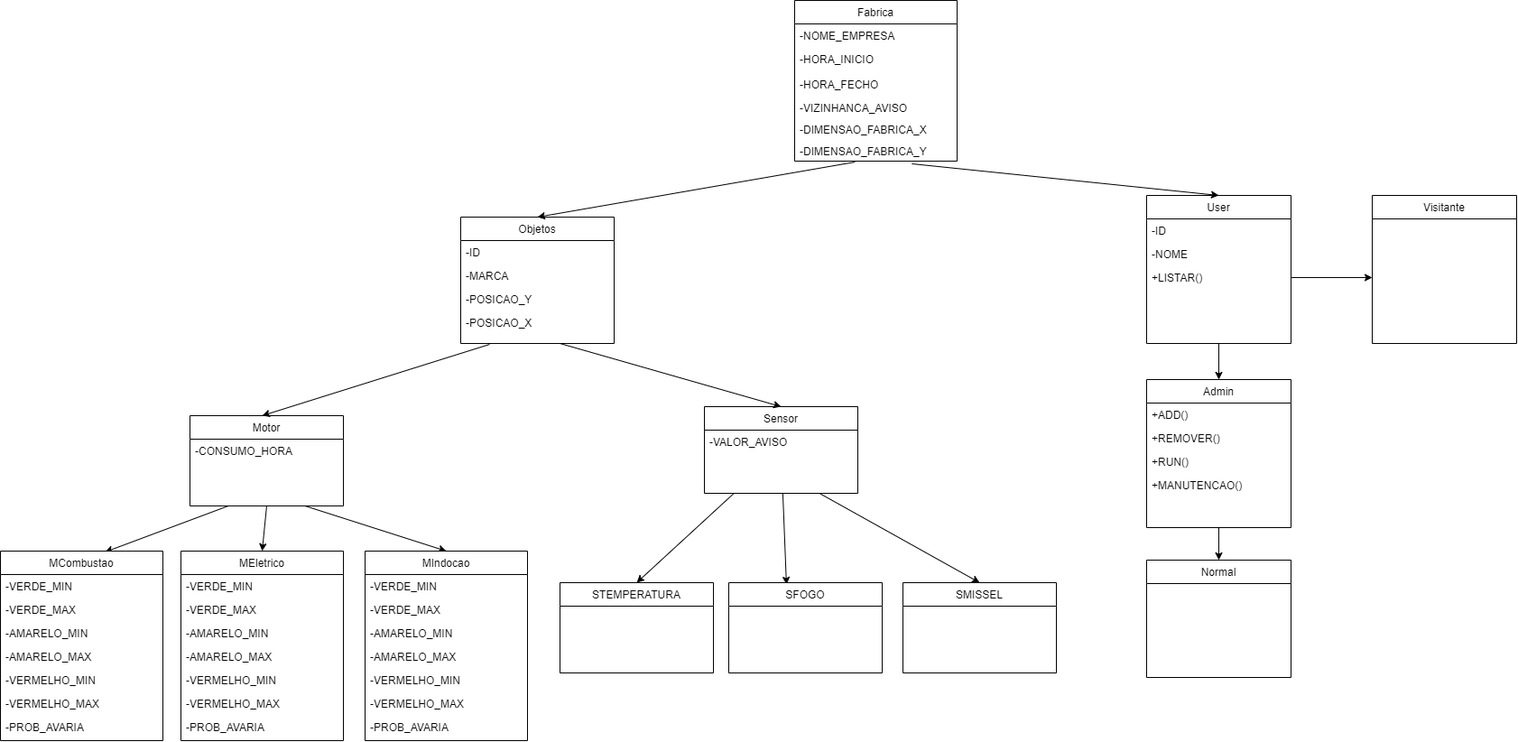
Above: GestaoFabrica.drawio.png in Fiteira/Projeto-POO (draw.io), before the change. Source tidied: cells renumbered, new cells last; positions are measured from the earlier drawing's top-left corner, leaving out a move shared by most shapes.
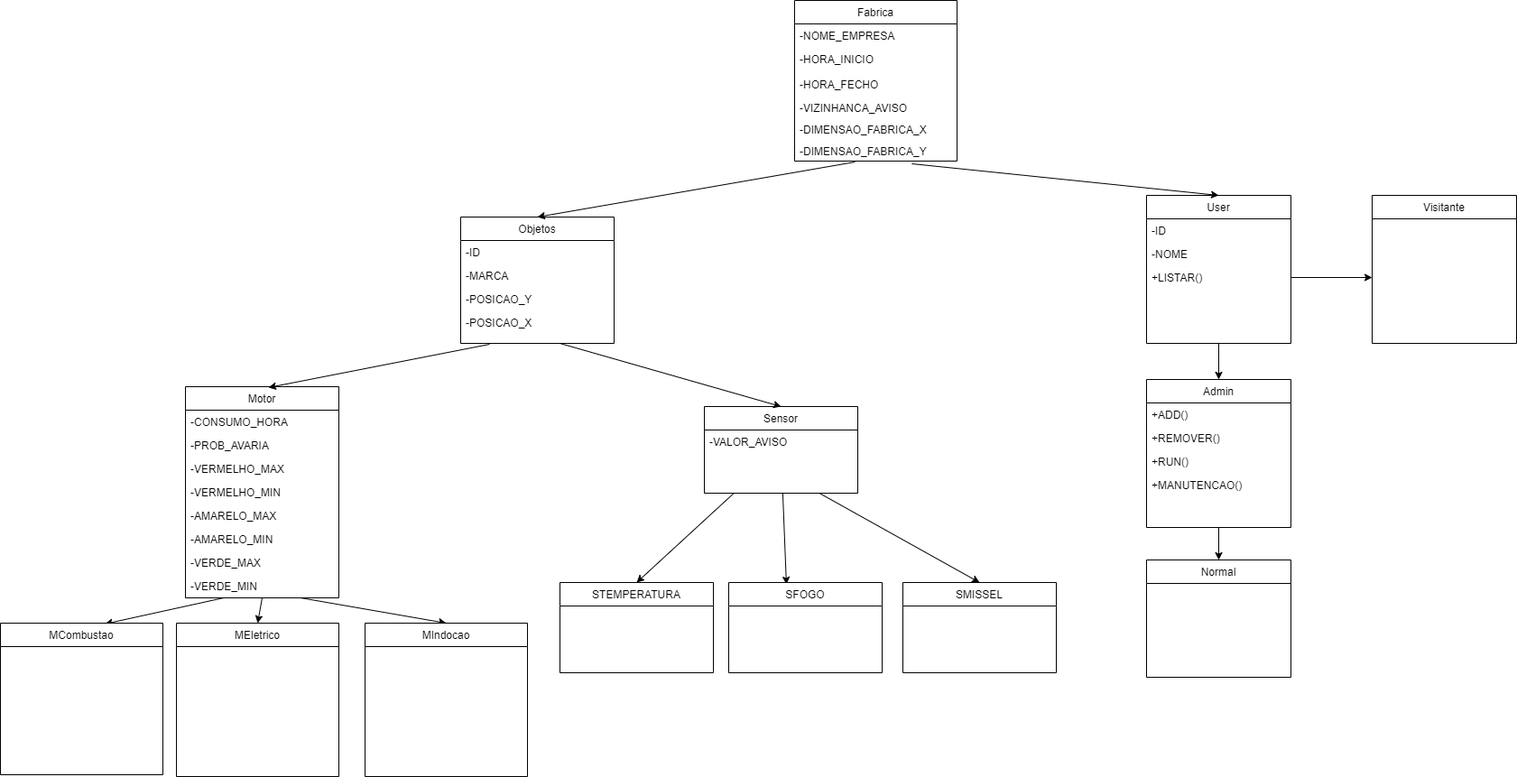
Above is the later version.

The edit, as a diff of the source:
```diff
@@ -33,11 +33,32 @@
       <mxGeometry relative="1" as="geometry" />
     </mxCell>
     <mxCell id="12" value="Motor" style="swimlane;fontStyle=0;align=center;verticalAlign=top;horizontal=1;startSize=26;rounded=0;shadow=0;strokeWidth=1;" parent="1" vertex="1">
-      <mxGeometry x="210" y="460" width="170" height="100" as="geometry" />
+      <mxGeometry x="205" y="428" width="170" height="234" as="geometry" />
     </mxCell>
     <mxCell id="13" value="-CONSUMO_HORA" style="text;align=left;verticalAlign=top;spacingLeft=4;spacingRight=4;overflow=hidden;rounded=0;" parent="12" vertex="1">
       <mxGeometry y="26" width="170" height="26" as="geometry" />
     </mxCell>
+    <mxCell id="69" value="-PROB_AVARIA" style="text;align=left;verticalAlign=top;spacingLeft=4;spacingRight=4;overflow=hidden;rounded=0;" parent="12" vertex="1">
+      <mxGeometry y="52" width="170" height="26" as="geometry" />
+    </mxCell>
+    <mxCell id="70" value="-VERMELHO_MAX" style="text;align=left;verticalAlign=top;spacingLeft=4;spacingRight=4;overflow=hidden;rounded=0;" parent="12" vertex="1">
+      <mxGeometry y="78" width="170" height="26" as="geometry" />
+    </mxCell>
+    <mxCell id="71" value="-VERMELHO_MIN" style="text;align=left;verticalAlign=top;spacingLeft=4;spacingRight=4;overflow=hidden;rounded=0;" parent="12" vertex="1">
+      <mxGeometry y="104" width="170" height="26" as="geometry" />
+    </mxCell>
+    <mxCell id="72" value="-AMARELO_MAX" style="text;align=left;verticalAlign=top;spacingLeft=4;spacingRight=4;overflow=hidden;rounded=0;" parent="12" vertex="1">
+      <mxGeometry y="130" width="170" height="26" as="geometry" />
+    </mxCell>
+    <mxCell id="73" value="-AMARELO_MIN" style="text;align=left;verticalAlign=top;spacingLeft=4;spacingRight=4;overflow=hidden;rounded=0;" parent="12" vertex="1">
+      <mxGeometry y="156" width="170" height="26" as="geometry" />
+    </mxCell>
+    <mxCell id="74" value="-VERDE_MAX" style="text;align=left;verticalAlign=top;spacingLeft=4;spacingRight=4;overflow=hidden;rounded=0;" parent="12" vertex="1">
+      <mxGeometry y="182" width="170" height="26" as="geometry" />
+    </mxCell>
+    <mxCell id="75" value="-VERDE_MIN" style="text;align=left;verticalAlign=top;spacingLeft=4;spacingRight=4;overflow=hidden;rounded=0;" parent="12" vertex="1">
+      <mxGeometry y="208" width="170" height="26" as="geometry" />
+    </mxCell>
     <mxCell id="14" style="edgeStyle=none;rounded=0;jettySize=auto;html=1;entryX=0.5;entryY=0;entryDx=0;entryDy=0;" parent="1" edge="1" source="17" target="50">
       <mxGeometry relative="1" as="geometry" />
     </mxCell>
@@ -74,77 +95,14 @@
       <mxGeometry y="78" width="160" height="26" as="geometry" />
     </mxCell>
     <mxCell id="25" value="MCombustao" style="swimlane;fontStyle=0;align=center;verticalAlign=top;horizontal=1;startSize=26;rounded=0;shadow=0;strokeWidth=1;" parent="1" vertex="1">
-      <mxGeometry y="610" width="180" height="210" as="geometry" />
+      <mxGeometry y="690" width="180" height="168" as="geometry" />
     </mxCell>
-    <mxCell id="26" value="-VERDE_MIN" style="text;align=left;verticalAlign=top;spacingLeft=4;spacingRight=4;overflow=hidden;rounded=0;" parent="25" vertex="1">
-      <mxGeometry y="26" width="180" height="26" as="geometry" />
-    </mxCell>
-    <mxCell id="27" value="-VERDE_MAX" style="text;align=left;verticalAlign=top;spacingLeft=4;spacingRight=4;overflow=hidden;rounded=0;" parent="25" vertex="1">
-      <mxGeometry y="52" width="180" height="26" as="geometry" />
-    </mxCell>
-    <mxCell id="28" value="-AMARELO_MIN" style="text;align=left;verticalAlign=top;spacingLeft=4;spacingRight=4;overflow=hidden;rounded=0;" parent="25" vertex="1">
-      <mxGeometry y="78" width="180" height="26" as="geometry" />
-    </mxCell>
-    <mxCell id="29" value="-AMARELO_MAX" style="text;align=left;verticalAlign=top;spacingLeft=4;spacingRight=4;overflow=hidden;rounded=0;" parent="25" vertex="1">
-      <mxGeometry y="104" width="180" height="26" as="geometry" />
-    </mxCell>
-    <mxCell id="30" value="-VERMELHO_MIN" style="text;align=left;verticalAlign=top;spacingLeft=4;spacingRight=4;overflow=hidden;rounded=0;" parent="25" vertex="1">
-      <mxGeometry y="130" width="180" height="26" as="geometry" />
-    </mxCell>
-    <mxCell id="31" value="-VERMELHO_MAX" style="text;align=left;verticalAlign=top;spacingLeft=4;spacingRight=4;overflow=hidden;rounded=0;" parent="25" vertex="1">
-      <mxGeometry y="156" width="180" height="26" as="geometry" />
-    </mxCell>
-    <mxCell id="32" value="-PROB_AVARIA" style="text;align=left;verticalAlign=top;spacingLeft=4;spacingRight=4;overflow=hidden;rounded=0;" parent="25" vertex="1">
-      <mxGeometry y="182" width="180" height="26" as="geometry" />
-    </mxCell>
     <mxCell id="33" value="MEletrico" style="swimlane;fontStyle=0;align=center;verticalAlign=top;horizontal=1;startSize=26;rounded=0;shadow=0;strokeWidth=1;" parent="1" vertex="1">
-      <mxGeometry x="200" y="610" width="180" height="210" as="geometry" />
+      <mxGeometry x="195" y="690" width="180" height="170" as="geometry" />
     </mxCell>
-    <mxCell id="34" value="-VERDE_MIN" style="text;align=left;verticalAlign=top;spacingLeft=4;spacingRight=4;overflow=hidden;rounded=0;" parent="33" vertex="1">
-      <mxGeometry y="26" width="180" height="26" as="geometry" />
-    </mxCell>
-    <mxCell id="35" value="-VERDE_MAX" style="text;align=left;verticalAlign=top;spacingLeft=4;spacingRight=4;overflow=hidden;rounded=0;" parent="33" vertex="1">
-      <mxGeometry y="52" width="180" height="26" as="geometry" />
-    </mxCell>
-    <mxCell id="36" value="-AMARELO_MIN" style="text;align=left;verticalAlign=top;spacingLeft=4;spacingRight=4;overflow=hidden;rounded=0;" parent="33" vertex="1">
-      <mxGeometry y="78" width="180" height="26" as="geometry" />
-    </mxCell>
-    <mxCell id="37" value="-AMARELO_MAX" style="text;align=left;verticalAlign=top;spacingLeft=4;spacingRight=4;overflow=hidden;rounded=0;" parent="33" vertex="1">
-      <mxGeometry y="104" width="180" height="26" as="geometry" />
-    </mxCell>
-    <mxCell id="38" value="-VERMELHO_MIN" style="text;align=left;verticalAlign=top;spacingLeft=4;spacingRight=4;overflow=hidden;rounded=0;" parent="33" vertex="1">
-      <mxGeometry y="130" width="180" height="26" as="geometry" />
-    </mxCell>
-    <mxCell id="39" value="-VERMELHO_MAX" style="text;align=left;verticalAlign=top;spacingLeft=4;spacingRight=4;overflow=hidden;rounded=0;" parent="33" vertex="1">
-      <mxGeometry y="156" width="180" height="26" as="geometry" />
-    </mxCell>
-    <mxCell id="40" value="-PROB_AVARIA" style="text;align=left;verticalAlign=top;spacingLeft=4;spacingRight=4;overflow=hidden;rounded=0;" parent="33" vertex="1">
-      <mxGeometry y="182" width="180" height="26" as="geometry" />
-    </mxCell>
     <mxCell id="41" value="MIndocao" style="swimlane;fontStyle=0;align=center;verticalAlign=top;horizontal=1;startSize=26;rounded=0;shadow=0;strokeWidth=1;" parent="1" vertex="1">
-      <mxGeometry x="404" y="610" width="180" height="210" as="geometry" />
+      <mxGeometry x="404" y="690" width="180" height="170" as="geometry" />
     </mxCell>
-    <mxCell id="42" value="-VERDE_MIN" style="text;align=left;verticalAlign=top;spacingLeft=4;spacingRight=4;overflow=hidden;rounded=0;" parent="41" vertex="1">
-      <mxGeometry y="26" width="180" height="26" as="geometry" />
-    </mxCell>
-    <mxCell id="43" value="-VERDE_MAX" style="text;align=left;verticalAlign=top;spacingLeft=4;spacingRight=4;overflow=hidden;rounded=0;" parent="41" vertex="1">
-      <mxGeometry y="52" width="180" height="26" as="geometry" />
-    </mxCell>
-    <mxCell id="44" value="-AMARELO_MIN" style="text;align=left;verticalAlign=top;spacingLeft=4;spacingRight=4;overflow=hidden;rounded=0;" parent="41" vertex="1">
-      <mxGeometry y="78" width="180" height="26" as="geometry" />
-    </mxCell>
-    <mxCell id="45" value="-AMARELO_MAX" style="text;align=left;verticalAlign=top;spacingLeft=4;spacingRight=4;overflow=hidden;rounded=0;" parent="41" vertex="1">
-      <mxGeometry y="104" width="180" height="26" as="geometry" />
-    </mxCell>
-    <mxCell id="46" value="-VERMELHO_MIN" style="text;align=left;verticalAlign=top;spacingLeft=4;spacingRight=4;overflow=hidden;rounded=0;" parent="41" vertex="1">
-      <mxGeometry y="130" width="180" height="26" as="geometry" />
-    </mxCell>
-    <mxCell id="47" value="-VERMELHO_MAX" style="text;align=left;verticalAlign=top;spacingLeft=4;spacingRight=4;overflow=hidden;rounded=0;" parent="41" vertex="1">
-      <mxGeometry y="156" width="180" height="26" as="geometry" />
-    </mxCell>
-    <mxCell id="48" value="-PROB_AVARIA" style="text;align=left;verticalAlign=top;spacingLeft=4;spacingRight=4;overflow=hidden;rounded=0;" parent="41" vertex="1">
-      <mxGeometry y="182" width="180" height="26" as="geometry" />
-    </mxCell>
     <mxCell id="49" style="edgeStyle=none;rounded=0;jettySize=auto;html=1;exitX=0.722;exitY=1.125;exitDx=0;exitDy=0;entryX=0.5;entryY=0;entryDx=0;entryDy=0;exitPerimeter=0;" parent="1" edge="1" source="8" target="21">
       <mxGeometry relative="1" as="geometry" />
     </mxCell>
@@ -199,10 +157,9 @@
     <mxCell id="66" style="endArrow=classic;html=1;rounded=0;entryX=0.5;entryY=0;entryDx=0;entryDy=0;exitX=0.372;exitY=1.042;exitDx=0;exitDy=0;exitPerimeter=0;" parent="1" edge="1" source="8" target="61">
       <mxGeometry relative="1" as="geometry" />
     </mxCell>
-    <mxCell id="67" style="endArrow=classic;html=1;rounded=0;entryX=0.5;entryY=0;entryDx=0;entryDy=0;exitX=0.372;exitY=1.042;exitDx=0;exitDy=0;exitPerimeter=0;" parent="1" edge="1">
+    <mxCell id="67" style="endArrow=classic;html=1;rounded=0;entryX=0.541;entryY=0.004;entryDx=0;entryDy=0;exitX=0.372;exitY=1.042;exitDx=0;exitDy=0;exitPerimeter=0;entryPerimeter=0;" parent="1" edge="1" target="12">
       <mxGeometry relative="1" as="geometry">
         <mxPoint x="542" y="381" as="sourcePoint" />
-        <mxPoint x="290" y="460" as="targetPoint" />
       </mxGeometry>
     </mxCell>
     <mxCell id="68" style="endArrow=classic;html=1;rounded=0;entryX=0.5;entryY=0;entryDx=0;entryDy=0;" parent="1" edge="1" target="17">
```
